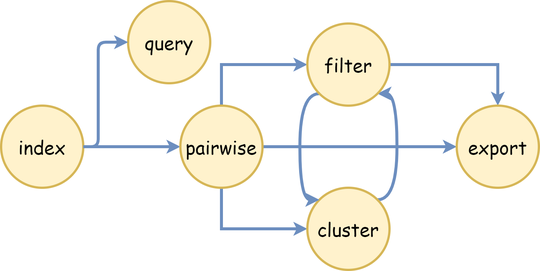
Earlier version of the draw.io export docs/docs/usage/dbretina_chain.png (DBRetina/DBRetina). Source tidied: cells renumbered, new cells last; positions are measured from the earlier drawing's top-left corner, leaving out a move shared by most shapes.
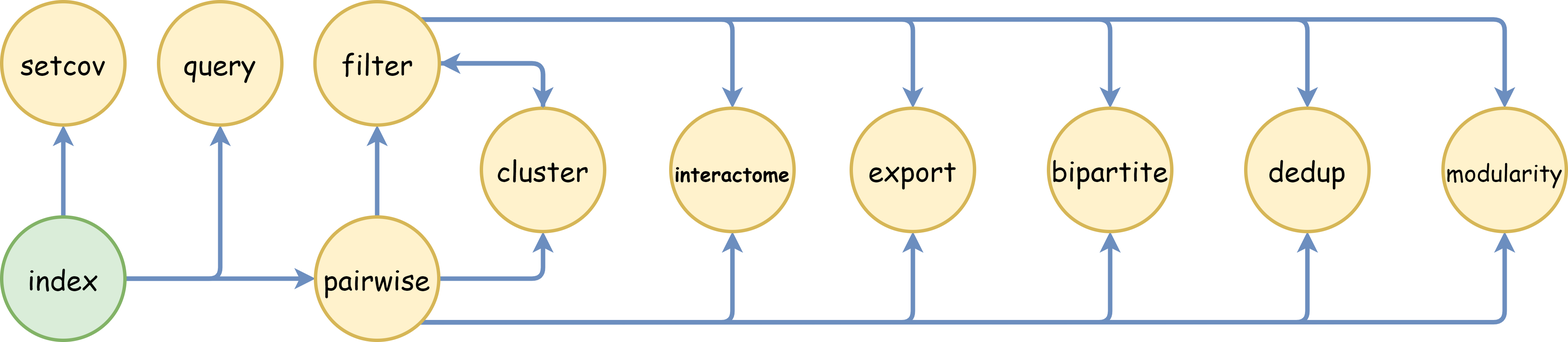
After the change.

What changed in the source:
```diff
@@ -2,62 +2,89 @@
   <root>
     <mxCell id="0" />
     <mxCell id="1" parent="0" />
-    <mxCell id="2" style="edgeStyle=orthogonalEdgeStyle;rounded=1;jettySize=auto;html=1;fontSize=38;fontStyle=1;labelBackgroundColor=none;fontColor=default;strokeWidth=4;fillColor=#dae8fc;strokeColor=#6c8ebf;fontFamily=Comic Sans MS;" parent="1" edge="1" source="3" target="7">
+    <mxCell id="2" style="edgeStyle=orthogonalEdgeStyle;rounded=1;jettySize=auto;html=1;fontSize=38;fontStyle=1;labelBackgroundColor=none;fontColor=default;strokeWidth=4;fillColor=#dae8fc;strokeColor=#6c8ebf;fontFamily=Comic Sans MS;entryX=0;entryY=0.5;entryDx=0;entryDy=0;" parent="1" edge="1" source="3" target="7">
       <mxGeometry relative="1" as="geometry" />
     </mxCell>
+    <mxCell id="15" style="edgeStyle=orthogonalEdgeStyle;shape=connector;rounded=1;jettySize=auto;html=1;labelBackgroundColor=none;strokeColor=#6c8ebf;strokeWidth=4;fontFamily=Comic Sans MS;fontSize=38;fontColor=default;endArrow=classic;fillColor=#dae8fc;" parent="1" edge="1" source="3" target="14">
+      <mxGeometry relative="1" as="geometry" />
+    </mxCell>
+    <mxCell id="16" style="edgeStyle=orthogonalEdgeStyle;shape=connector;rounded=1;jettySize=auto;html=1;exitX=0.5;exitY=0;exitDx=0;exitDy=0;entryX=0.5;entryY=1;entryDx=0;entryDy=0;labelBackgroundColor=none;strokeColor=#6c8ebf;strokeWidth=4;fontFamily=Comic Sans MS;fontSize=38;fontColor=default;endArrow=classic;fillColor=#dae8fc;" parent="1" edge="1" source="3" target="29">
+      <mxGeometry relative="1" as="geometry" />
+    </mxCell>
-    <mxCell id="3" value="&lt;font&gt;index&lt;/font&gt;" style="ellipse;whiteSpace=wrap;html=1;strokeWidth=3;fontSize=25;rounded=1;labelBackgroundColor=none;fillColor=#fff2cc;strokeColor=#d6b656;fontFamily=Comic Sans MS;" parent="1" vertex="1">
-      <mxGeometry y="140" width="110" height="110" as="geometry" />
+    <mxCell id="3" value="&lt;font&gt;index&lt;/font&gt;" style="ellipse;whiteSpace=wrap;html=1;strokeWidth=3;fontSize=25;rounded=1;labelBackgroundColor=none;fillColor=#DAEDD9;strokeColor=#82b366;fontFamily=Comic Sans MS;fontStyle=0;" parent="1" vertex="1">
+      <mxGeometry x="-100" y="134" width="110" height="110" as="geometry" />
     </mxCell>
-    <mxCell id="4" style="edgeStyle=orthogonalEdgeStyle;rounded=0;hachureGap=4;jettySize=auto;html=1;exitX=0.5;exitY=0;exitDx=0;exitDy=0;entryX=0;entryY=0.5;entryDx=0;entryDy=0;fontFamily=Comic Sans MS;fontSize=16;strokeWidth=4;fillColor=#dae8fc;strokeColor=#6c8ebf;" parent="1" edge="1" source="7" target="12">
+    <mxCell id="4" style="edgeStyle=orthogonalEdgeStyle;shape=connector;rounded=1;jettySize=auto;html=1;labelBackgroundColor=none;strokeColor=#6c8ebf;strokeWidth=4;fontFamily=Comic Sans MS;fontSize=38;fontColor=default;endArrow=classic;fillColor=#dae8fc;" parent="1" edge="1" source="7" target="12">
       <mxGeometry relative="1" as="geometry" />
     </mxCell>
-    <mxCell id="5" style="edgeStyle=orthogonalEdgeStyle;rounded=0;hachureGap=4;jettySize=auto;html=1;exitX=0.5;exitY=1;exitDx=0;exitDy=0;entryX=0;entryY=0.5;entryDx=0;entryDy=0;fontFamily=Comic Sans MS;fontSize=16;strokeWidth=4;fillColor=#dae8fc;strokeColor=#6c8ebf;" parent="1" edge="1" source="7" target="9">
+    <mxCell id="5" style="edgeStyle=orthogonalEdgeStyle;shape=connector;rounded=1;jettySize=auto;html=1;exitX=1;exitY=0.5;exitDx=0;exitDy=0;entryX=0.5;entryY=1;entryDx=0;entryDy=0;labelBackgroundColor=none;strokeColor=#6c8ebf;strokeWidth=4;fontFamily=Comic Sans MS;fontSize=38;fontColor=default;endArrow=classic;fillColor=#dae8fc;" parent="1" edge="1" source="7" target="9">
       <mxGeometry relative="1" as="geometry" />
     </mxCell>
+    <mxCell id="17" style="edgeStyle=orthogonalEdgeStyle;shape=connector;rounded=1;jettySize=auto;html=1;exitX=1;exitY=1;exitDx=0;exitDy=0;entryX=0.5;entryY=1;entryDx=0;entryDy=0;labelBackgroundColor=none;strokeColor=#6c8ebf;strokeWidth=4;fontFamily=Comic Sans MS;fontSize=38;fontColor=default;endArrow=classic;fillColor=#dae8fc;" parent="1" edge="1" source="7" target="25">
+      <mxGeometry relative="1" as="geometry" />
+    </mxCell>
-    <mxCell id="6" style="edgeStyle=orthogonalEdgeStyle;curved=1;rounded=0;hachureGap=4;jettySize=auto;html=1;exitX=1;exitY=0.5;exitDx=0;exitDy=0;entryX=0;entryY=0.5;entryDx=0;entryDy=0;strokeColor=#6c8ebf;fontFamily=Comic Sans MS;fontSize=16;strokeWidth=4;fillColor=#dae8fc;" parent="1" edge="1" source="7" target="13">
+    <mxCell id="6" style="edgeStyle=orthogonalEdgeStyle;shape=connector;rounded=1;jettySize=auto;html=1;exitX=1;exitY=1;exitDx=0;exitDy=0;entryX=0.5;entryY=1;entryDx=0;entryDy=0;labelBackgroundColor=none;strokeColor=#6c8ebf;strokeWidth=4;fontFamily=Comic Sans MS;fontSize=38;fontColor=default;endArrow=classic;fillColor=#dae8fc;" parent="1" edge="1" source="7" target="13">
       <mxGeometry relative="1" as="geometry" />
     </mxCell>
+    <mxCell id="18" style="edgeStyle=orthogonalEdgeStyle;shape=connector;rounded=1;jettySize=auto;html=1;exitX=1;exitY=1;exitDx=0;exitDy=0;entryX=0.5;entryY=1;entryDx=0;entryDy=0;labelBackgroundColor=none;strokeColor=#6c8ebf;strokeWidth=4;fontFamily=Comic Sans MS;fontSize=38;fontColor=default;endArrow=classic;fillColor=#dae8fc;" parent="1" edge="1" source="7" target="28">
+      <mxGeometry relative="1" as="geometry" />
+    </mxCell>
+    <mxCell id="19" style="edgeStyle=orthogonalEdgeStyle;shape=connector;rounded=1;jettySize=auto;html=1;exitX=1;exitY=1;exitDx=0;exitDy=0;entryX=0.5;entryY=1;entryDx=0;entryDy=0;labelBackgroundColor=none;strokeColor=#6c8ebf;strokeWidth=4;fontFamily=Comic Sans MS;fontSize=38;fontColor=default;endArrow=classic;fillColor=#dae8fc;" parent="1" edge="1" source="7" target="26">
+      <mxGeometry relative="1" as="geometry" />
+    </mxCell>
+    <mxCell id="20" style="edgeStyle=orthogonalEdgeStyle;shape=connector;rounded=1;jettySize=auto;html=1;exitX=1;exitY=1;exitDx=0;exitDy=0;entryX=0.5;entryY=1;entryDx=0;entryDy=0;labelBackgroundColor=none;strokeColor=#6c8ebf;strokeWidth=4;fontFamily=Comic Sans MS;fontSize=38;fontColor=default;endArrow=classic;fillColor=#dae8fc;" parent="1" edge="1" source="7" target="27">
+      <mxGeometry relative="1" as="geometry" />
+    </mxCell>
     <mxCell id="7" value="pairwise" style="ellipse;whiteSpace=wrap;html=1;strokeWidth=3;fontSize=25;rounded=1;labelBackgroundColor=none;fillColor=#fff2cc;strokeColor=#d6b656;fontFamily=Comic Sans MS;" parent="1" vertex="1">
-      <mxGeometry x="240" y="140" width="110" height="110" as="geometry" />
+      <mxGeometry x="180" y="134" width="110" height="110" as="geometry" />
     </mxCell>
-    <mxCell id="8" style="edgeStyle=orthogonalEdgeStyle;rounded=0;hachureGap=4;jettySize=auto;html=1;exitX=1;exitY=0;exitDx=0;exitDy=0;entryX=1;entryY=1;entryDx=0;entryDy=0;fontFamily=Comic Sans MS;fontSize=16;curved=1;strokeWidth=4;fillColor=#dae8fc;strokeColor=#6c8ebf;" parent="1" edge="1" source="9" target="12">
-      <mxGeometry relative="1" as="geometry">
-        <Array as="points">
-          <mxPoint x="530" y="266" />
-          <mxPoint x="530" y="124" />
-        </Array>
-      </mxGeometry>
+    <mxCell id="8" style="edgeStyle=orthogonalEdgeStyle;shape=connector;rounded=1;jettySize=auto;html=1;exitX=0.5;exitY=0;exitDx=0;exitDy=0;entryX=1;entryY=0.5;entryDx=0;entryDy=0;labelBackgroundColor=none;strokeColor=#6c8ebf;strokeWidth=4;fontFamily=Comic Sans MS;fontSize=38;fontColor=default;endArrow=classic;fillColor=#dae8fc;" parent="1" edge="1" source="9" target="12">
+      <mxGeometry relative="1" as="geometry" />
     </mxCell>
     <mxCell id="9" value="cluster" style="ellipse;whiteSpace=wrap;html=1;strokeWidth=3;fontSize=25;rounded=1;labelBackgroundColor=none;fillColor=#fff2cc;strokeColor=#d6b656;fontFamily=Comic Sans MS;" parent="1" vertex="1">
-      <mxGeometry x="410" y="250" width="110" height="110" as="geometry" />
+      <mxGeometry x="328" y="37" width="110" height="110" as="geometry" />
     </mxCell>
-    <mxCell id="10" style="edgeStyle=orthogonalEdgeStyle;rounded=0;hachureGap=4;jettySize=auto;html=1;exitX=0;exitY=1;exitDx=0;exitDy=0;entryX=0;entryY=0;entryDx=0;entryDy=0;fontFamily=Comic Sans MS;fontSize=16;strokeColor=#6c8ebf;curved=1;strokeWidth=4;fillColor=#dae8fc;" parent="1" edge="1" source="12" target="9">
-      <mxGeometry relative="1" as="geometry">
-        <Array as="points">
-          <mxPoint x="400" y="124" />
-          <mxPoint x="400" y="266" />
-        </Array>
-      </mxGeometry>
+    <mxCell id="10" style="edgeStyle=orthogonalEdgeStyle;shape=connector;rounded=1;jettySize=auto;html=1;exitX=1;exitY=0.5;exitDx=0;exitDy=0;entryX=0.5;entryY=0;entryDx=0;entryDy=0;labelBackgroundColor=none;strokeColor=#6c8ebf;strokeWidth=4;fontFamily=Comic Sans MS;fontSize=38;fontColor=default;endArrow=classic;fillColor=#dae8fc;" parent="1" edge="1" source="12" target="9">
+      <mxGeometry relative="1" as="geometry" />
     </mxCell>
+    <mxCell id="21" style="edgeStyle=orthogonalEdgeStyle;shape=connector;rounded=1;jettySize=auto;html=1;exitX=1;exitY=0;exitDx=0;exitDy=0;entryX=0.5;entryY=0;entryDx=0;entryDy=0;labelBackgroundColor=none;strokeColor=#6c8ebf;strokeWidth=4;fontFamily=Comic Sans MS;fontSize=38;fontColor=default;endArrow=classic;fillColor=#dae8fc;" parent="1" edge="1" source="12" target="25">
+      <mxGeometry relative="1" as="geometry" />
+    </mxCell>
-    <mxCell id="11" style="edgeStyle=orthogonalEdgeStyle;rounded=0;hachureGap=4;jettySize=auto;html=1;exitX=1;exitY=0.5;exitDx=0;exitDy=0;entryX=0.5;entryY=0;entryDx=0;entryDy=0;strokeColor=#6c8ebf;fontFamily=Comic Sans MS;fontSize=16;strokeWidth=4;fillColor=#dae8fc;" parent="1" edge="1" source="12" target="13">
+    <mxCell id="11" style="edgeStyle=orthogonalEdgeStyle;shape=connector;rounded=1;jettySize=auto;html=1;exitX=1;exitY=0;exitDx=0;exitDy=0;entryX=0.5;entryY=0;entryDx=0;entryDy=0;labelBackgroundColor=none;strokeColor=#6c8ebf;strokeWidth=4;fontFamily=Comic Sans MS;fontSize=38;fontColor=default;endArrow=classic;fillColor=#dae8fc;" parent="1" edge="1" source="12" target="13">
       <mxGeometry relative="1" as="geometry" />
     </mxCell>
+    <mxCell id="22" style="edgeStyle=orthogonalEdgeStyle;shape=connector;rounded=1;jettySize=auto;html=1;exitX=1;exitY=0;exitDx=0;exitDy=0;entryX=0.5;entryY=0;entryDx=0;entryDy=0;labelBackgroundColor=none;strokeColor=#6c8ebf;strokeWidth=4;fontFamily=Comic Sans MS;fontSize=38;fontColor=default;endArrow=classic;fillColor=#dae8fc;" parent="1" edge="1" source="12" target="28">
+      <mxGeometry relative="1" as="geometry" />
+    </mxCell>
+    <mxCell id="23" style="edgeStyle=orthogonalEdgeStyle;shape=connector;rounded=1;jettySize=auto;html=1;exitX=1;exitY=0;exitDx=0;exitDy=0;entryX=0.5;entryY=0;entryDx=0;entryDy=0;labelBackgroundColor=none;strokeColor=#6c8ebf;strokeWidth=4;fontFamily=Comic Sans MS;fontSize=38;fontColor=default;endArrow=classic;fillColor=#dae8fc;" parent="1" edge="1" source="12" target="26">
+      <mxGeometry relative="1" as="geometry" />
+    </mxCell>
+    <mxCell id="24" style="edgeStyle=orthogonalEdgeStyle;shape=connector;rounded=1;jettySize=auto;html=1;exitX=1;exitY=0;exitDx=0;exitDy=0;entryX=0.5;entryY=0;entryDx=0;entryDy=0;labelBackgroundColor=none;strokeColor=#6c8ebf;strokeWidth=4;fontFamily=Comic Sans MS;fontSize=38;fontColor=default;endArrow=classic;fillColor=#dae8fc;" parent="1" edge="1" source="12" target="27">
+      <mxGeometry relative="1" as="geometry" />
+    </mxCell>
     <mxCell id="12" value="filter" style="ellipse;whiteSpace=wrap;html=1;strokeWidth=3;fontSize=25;rounded=1;labelBackgroundColor=none;fillColor=#fff2cc;strokeColor=#d6b656;fontFamily=Comic Sans MS;" parent="1" vertex="1">
-      <mxGeometry x="410" y="30" width="110" height="110" as="geometry" />
+      <mxGeometry x="179.5" y="-58" width="111" height="110" as="geometry" />
     </mxCell>
     <mxCell id="13" value="export" style="ellipse;whiteSpace=wrap;html=1;strokeWidth=3;fontSize=25;rounded=1;labelBackgroundColor=none;fillColor=#fff2cc;strokeColor=#d6b656;fontFamily=Comic Sans MS;" parent="1" vertex="1">
-      <mxGeometry x="610" y="140" width="110" height="110" as="geometry" />
+      <mxGeometry x="658" y="37" width="110" height="110" as="geometry" />
     </mxCell>
     <mxCell id="14" value="query" style="ellipse;whiteSpace=wrap;html=1;strokeWidth=3;fontSize=25;rounded=1;labelBackgroundColor=none;fillColor=#fff2cc;strokeColor=#d6b656;fontFamily=Comic Sans MS;" parent="1" vertex="1">
-      <mxGeometry x="170" width="110" height="110" as="geometry" />
+      <mxGeometry x="40" y="-58" width="110" height="110" as="geometry" />
     </mxCell>
-    <mxCell id="15" style="edgeStyle=orthogonalEdgeStyle;rounded=1;jettySize=auto;html=1;fontSize=38;fontStyle=1;labelBackgroundColor=none;fontColor=default;strokeWidth=4;fillColor=#dae8fc;strokeColor=#6c8ebf;fontFamily=Comic Sans MS;exitX=1;exitY=0.5;exitDx=0;exitDy=0;entryX=0;entryY=0.5;entryDx=0;entryDy=0;" parent="1" edge="1" source="3" target="14">
-      <mxGeometry relative="1" as="geometry">
-        <Array as="points">
-          <mxPoint x="130" y="195" />
-          <mxPoint x="130" y="55" />
-        </Array>
-      </mxGeometry>
-    </mxCell>
+    <mxCell id="25" value="&lt;font style=&quot;font-size: 18px;&quot;&gt;interactome&lt;/font&gt;" style="ellipse;whiteSpace=wrap;html=1;strokeWidth=3;fontSize=25;rounded=1;labelBackgroundColor=none;fillColor=#fff2cc;strokeColor=#d6b656;fontFamily=Comic Sans MS;fontStyle=1;" parent="1" vertex="1">
+      <mxGeometry x="497" y="37" width="110" height="110" as="geometry" />
+    </mxCell>
+    <mxCell id="26" value="&lt;font&gt;dedup&lt;br&gt;&lt;/font&gt;" style="ellipse;whiteSpace=wrap;html=1;strokeWidth=3;fontSize=25;rounded=1;labelBackgroundColor=none;fillColor=#fff2cc;strokeColor=#d6b656;fontFamily=Comic Sans MS;" parent="1" vertex="1">
+      <mxGeometry x="1010" y="37" width="110" height="110" as="geometry" />
+    </mxCell>
+    <mxCell id="27" value="&lt;font style=&quot;font-size: 21px;&quot;&gt;modularity&lt;/font&gt;" style="ellipse;whiteSpace=wrap;html=1;strokeWidth=3;fontSize=25;rounded=1;labelBackgroundColor=none;fillColor=#fff2cc;strokeColor=#d6b656;fontFamily=Comic Sans MS;" parent="1" vertex="1">
+      <mxGeometry x="1186" y="37" width="110" height="110" as="geometry" />
+    </mxCell>
+    <mxCell id="28" value="&lt;font&gt;bipartite&lt;/font&gt;" style="ellipse;whiteSpace=wrap;html=1;strokeWidth=3;fontSize=25;rounded=1;labelBackgroundColor=none;fillColor=#fff2cc;strokeColor=#d6b656;fontFamily=Comic Sans MS;" parent="1" vertex="1">
+      <mxGeometry x="834" y="37" width="110" height="110" as="geometry" />
+    </mxCell>
+    <mxCell id="29" value="&lt;font&gt;setcov&lt;/font&gt;" style="ellipse;whiteSpace=wrap;html=1;strokeWidth=3;fontSize=25;rounded=1;labelBackgroundColor=none;fillColor=#fff2cc;strokeColor=#d6b656;fontFamily=Comic Sans MS;" parent="1" vertex="1">
+      <mxGeometry x="-100" y="-58" width="110" height="110" as="geometry" />
+    </mxCell>
   </root>
 </mxGraphModel>
```
